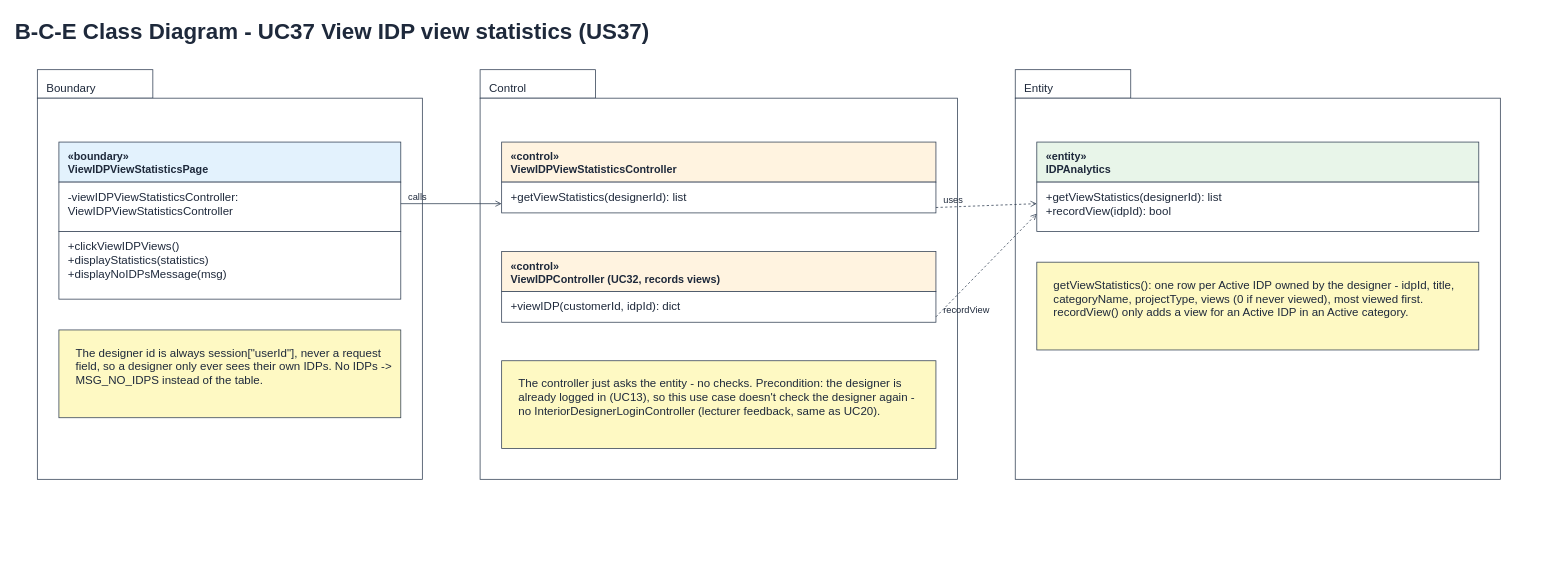
Earlier version of the draw.io diagram page "5 BCE Class Diagram" (4 of 5) of Sprint_5/US37 - View IDP View Statistics/US37 View IDP view statistics.drawio (Hanzxc/CSIT314-ARCHSS). Source tidied: cells renumbered, new cells numbered last; positions are measured from the earlier drawing's top-left corner, leaving out a move shared by most shapes. Both pictures are drawn from the tidied source at 77%, with x=0, y=0 at pixel (13, 13).
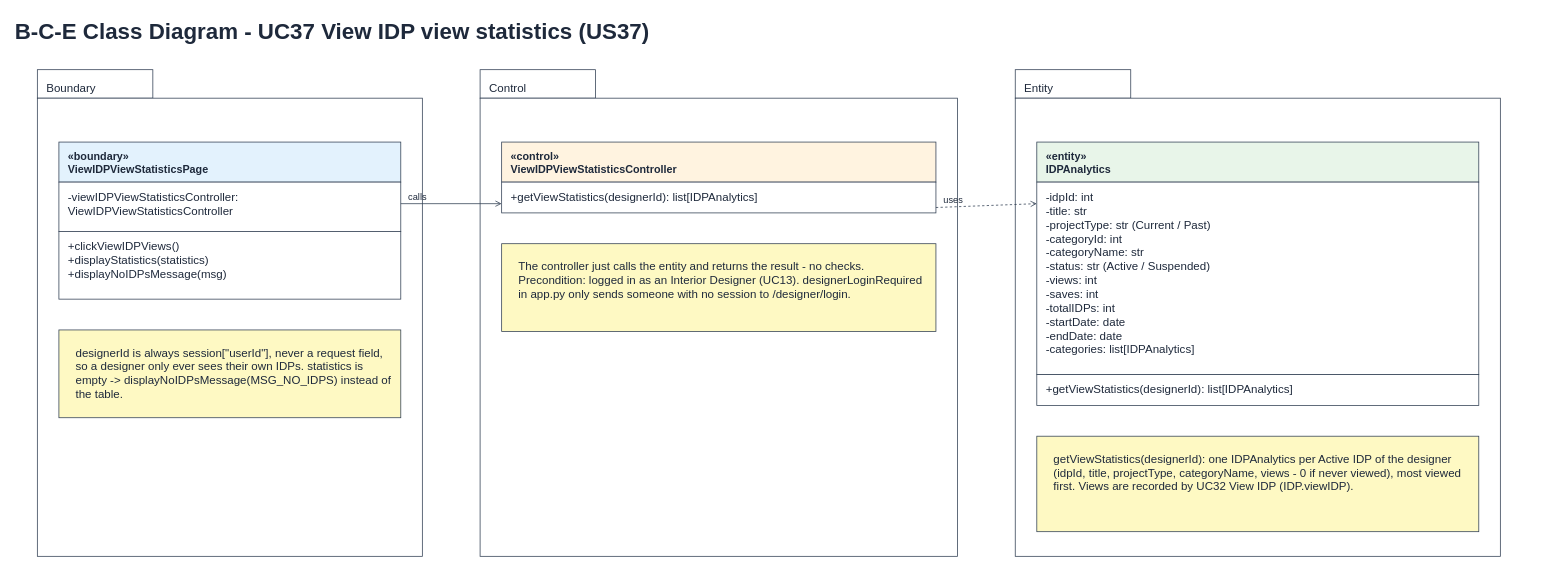
Above is the later version.

Diff of the diagram source:
```diff
@@
     <mxCell id="3" style="rounded=0;whiteSpace=wrap;html=1;fillColor=#ffffff;strokeColor=#334155;align=left;verticalAlign=top;spacingLeft=10;spacingTop=4;fontSize=15;fontColor=#1e293b;" parent="1" vertex="1">
-      <mxGeometry x="1301" y="110" width="630" height="495" as="geometry" />
+      <mxGeometry x="1301" y="110" width="630" height="595" as="geometry" />
     </mxCell>
@@
     <mxCell id="5" style="rounded=0;whiteSpace=wrap;html=1;fillColor=#ffffff;strokeColor=#334155;align=left;verticalAlign=top;spacingLeft=10;spacingTop=4;fontSize=15;fontColor=#1e293b;" parent="1" vertex="1">
-      <mxGeometry x="606" y="110" width="620" height="495" as="geometry" />
+      <mxGeometry x="606" y="110" width="620" height="595" as="geometry" />
     </mxCell>
@@
     <mxCell id="7" style="rounded=0;whiteSpace=wrap;html=1;fillColor=#ffffff;strokeColor=#334155;align=left;verticalAlign=top;spacingLeft=10;spacingTop=4;fontSize=15;fontColor=#1e293b;" parent="1" vertex="1">
-      <mxGeometry x="31" y="110" width="500" height="495" as="geometry" />
+      <mxGeometry x="31" y="110" width="500" height="595" as="geometry" />
     </mxCell>
@@
-    <mxCell id="12" value="The designer id is always session[&quot;userId&quot;], never a request field, so a designer only ever sees their own IDPs. No IDPs -&gt; MSG_NO_IDPS instead of the table." style="rounded=0;whiteSpace=wrap;html=1;fillColor=#fef9c3;strokeColor=#334155;align=left;verticalAlign=top;spacingLeft=10;spacingTop=4;fontSize=15;fontColor=#1e293b;whiteSpace=wrap;spacing=12;" parent="1" vertex="1">
+    <mxCell id="12" value="designerId is always session[&quot;userId&quot;], never a request field, so a designer only ever sees their own IDPs. statistics is empty -&gt; displayNoIDPsMessage(MSG_NO_IDPS) instead of the table." style="rounded=0;whiteSpace=wrap;html=1;fillColor=#fef9c3;strokeColor=#334155;align=left;verticalAlign=top;spacingLeft=10;spacingTop=4;fontSize=15;fontColor=#1e293b;whiteSpace=wrap;spacing=12;" parent="1" vertex="1">
       <mxGeometry x="59" y="411" width="444" height="114" as="geometry" />
     </mxCell>
@@
-    <mxCell id="14" value="+getViewStatistics(designerId): list" style="rounded=0;whiteSpace=wrap;html=1;fillColor=#ffffff;strokeColor=#334155;align=left;verticalAlign=top;spacingLeft=10;spacingTop=4;fontSize=15;fontColor=#1e293b;" parent="1" vertex="1">
+    <mxCell id="14" value="+getViewStatistics(designerId): list[IDPAnalytics]" style="rounded=0;whiteSpace=wrap;html=1;fillColor=#ffffff;strokeColor=#334155;align=left;verticalAlign=top;spacingLeft=10;spacingTop=4;fontSize=15;fontColor=#1e293b;" parent="1" vertex="1">
       <mxGeometry x="634" y="219" width="564" height="40" as="geometry" />
     </mxCell>
-    <mxCell id="15" value="«control»&lt;br&gt;ViewIDPController (UC32, records views)" style="rounded=0;whiteSpace=wrap;html=1;fillColor=#fff3e0;strokeColor=#334155;align=left;verticalAlign=top;spacingLeft=10;spacingTop=4;fontSize=15;fontColor=#1e293b;fontStyle=1;fontSize=14;" parent="1" vertex="1">
-      <mxGeometry x="634" y="309" width="564" height="52" as="geometry" />
-    </mxCell>
-    <mxCell id="16" value="+viewIDP(customerId, idpId): dict" style="rounded=0;whiteSpace=wrap;html=1;fillColor=#ffffff;strokeColor=#334155;align=left;verticalAlign=top;spacingLeft=10;spacingTop=4;fontSize=15;fontColor=#1e293b;" parent="1" vertex="1">
-      <mxGeometry x="634" y="361" width="564" height="40" as="geometry" />
-    </mxCell>
-    <mxCell id="17" value="The controller just asks the entity - no checks. Precondition: the designer is already logged in (UC13), so this use case doesn't check the designer again - no InteriorDesignerLoginController (lecturer feedback, same as UC20)." style="rounded=0;whiteSpace=wrap;html=1;fillColor=#fef9c3;strokeColor=#334155;align=left;verticalAlign=top;spacingLeft=10;spacingTop=4;fontSize=15;fontColor=#1e293b;whiteSpace=wrap;spacing=12;" parent="1" vertex="1">
-      <mxGeometry x="634" y="451" width="564" height="114" as="geometry" />
+    <mxCell id="17" value="The controller just calls the entity and returns the result - no checks. Precondition: logged in as an Interior Designer (UC13). designerLoginRequired in app.py only sends someone with no session to /designer/login." style="rounded=0;whiteSpace=wrap;html=1;fillColor=#fef9c3;strokeColor=#334155;align=left;verticalAlign=top;spacingLeft=10;spacingTop=4;fontSize=15;fontColor=#1e293b;whiteSpace=wrap;spacing=12;" parent="1" vertex="1">
+      <mxGeometry x="634" y="299" width="564" height="114" as="geometry" />
     </mxCell>
@@
+    <mxCell id="27" value="-idpId: int&lt;br&gt;-title: str&lt;br&gt;-projectType: str (Current / Past)&lt;br&gt;-categoryId: int&lt;br&gt;-categoryName: str&lt;br&gt;-status: str (Active / Suspended)&lt;br&gt;-views: int&lt;br&gt;-saves: int&lt;br&gt;-totalIDPs: int&lt;br&gt;-startDate: date&lt;br&gt;-endDate: date&lt;br&gt;-categories: list[IDPAnalytics]" style="rounded=0;whiteSpace=wrap;html=1;fillColor=#ffffff;strokeColor=#334155;align=left;verticalAlign=top;spacingLeft=10;spacingTop=4;fontSize=15;fontColor=#1e293b;" parent="1" vertex="1">
+      <mxGeometry x="1329" y="219" width="574" height="250" as="geometry" />
+    </mxCell>
-    <mxCell id="19" value="+getViewStatistics(designerId): list&lt;br&gt;+recordView(idpId): bool" style="rounded=0;whiteSpace=wrap;html=1;fillColor=#ffffff;strokeColor=#334155;align=left;verticalAlign=top;spacingLeft=10;spacingTop=4;fontSize=15;fontColor=#1e293b;" parent="1" vertex="1">
-      <mxGeometry x="1329" y="219" width="574" height="64" as="geometry" />
+    <mxCell id="19" value="+getViewStatistics(designerId): list[IDPAnalytics]" style="rounded=0;whiteSpace=wrap;html=1;fillColor=#ffffff;strokeColor=#334155;align=left;verticalAlign=top;spacingLeft=10;spacingTop=4;fontSize=15;fontColor=#1e293b;" parent="1" vertex="1">
+      <mxGeometry x="1329" y="469" width="574" height="40" as="geometry" />
     </mxCell>
-    <mxCell id="20" value="getViewStatistics(): one row per Active IDP owned by the designer - idpId, title, categoryName, projectType, views (0 if never viewed), most viewed first. recordView() only adds a view for an Active IDP in an Active category." style="rounded=0;whiteSpace=wrap;html=1;fillColor=#fef9c3;strokeColor=#334155;align=left;verticalAlign=top;spacingLeft=10;spacingTop=4;fontSize=15;fontColor=#1e293b;whiteSpace=wrap;spacing=12;" parent="1" vertex="1">
-      <mxGeometry x="1329" y="323" width="574" height="114" as="geometry" />
+    <mxCell id="20" value="getViewStatistics(designerId): one IDPAnalytics per Active IDP of the designer (idpId, title, projectType, categoryName, views - 0 if never viewed), most viewed first. Views are recorded by UC32 View IDP (IDP.viewIDP)." style="rounded=0;whiteSpace=wrap;html=1;fillColor=#fef9c3;strokeColor=#334155;align=left;verticalAlign=top;spacingLeft=10;spacingTop=4;fontSize=15;fontColor=#1e293b;whiteSpace=wrap;spacing=12;" parent="1" vertex="1">
+      <mxGeometry x="1329" y="549" width="574" height="124" as="geometry" />
     </mxCell>
@@
-    <mxCell id="25" style="endArrow=open;endFill=0;html=1;rounded=0;strokeColor=#334155;dashed=1;" parent="1" edge="1">
-      <mxGeometry relative="1" as="geometry">
-        <mxPoint x="1198" y="394" as="sourcePoint" />
-        <mxPoint x="1329" y="260" as="targetPoint" />
-      </mxGeometry>
-    </mxCell>
-    <mxCell id="26" value="recordView" style="text;html=1;whiteSpace=wrap;align=left;verticalAlign=top;fontSize=12;fontStyle=0;fontColor=#1e293b;fontFamily=Helvetica;" parent="1" vertex="1">
-      <mxGeometry x="1206" y="371" width="90" height="20" as="geometry" />
-    </mxCell>
```
